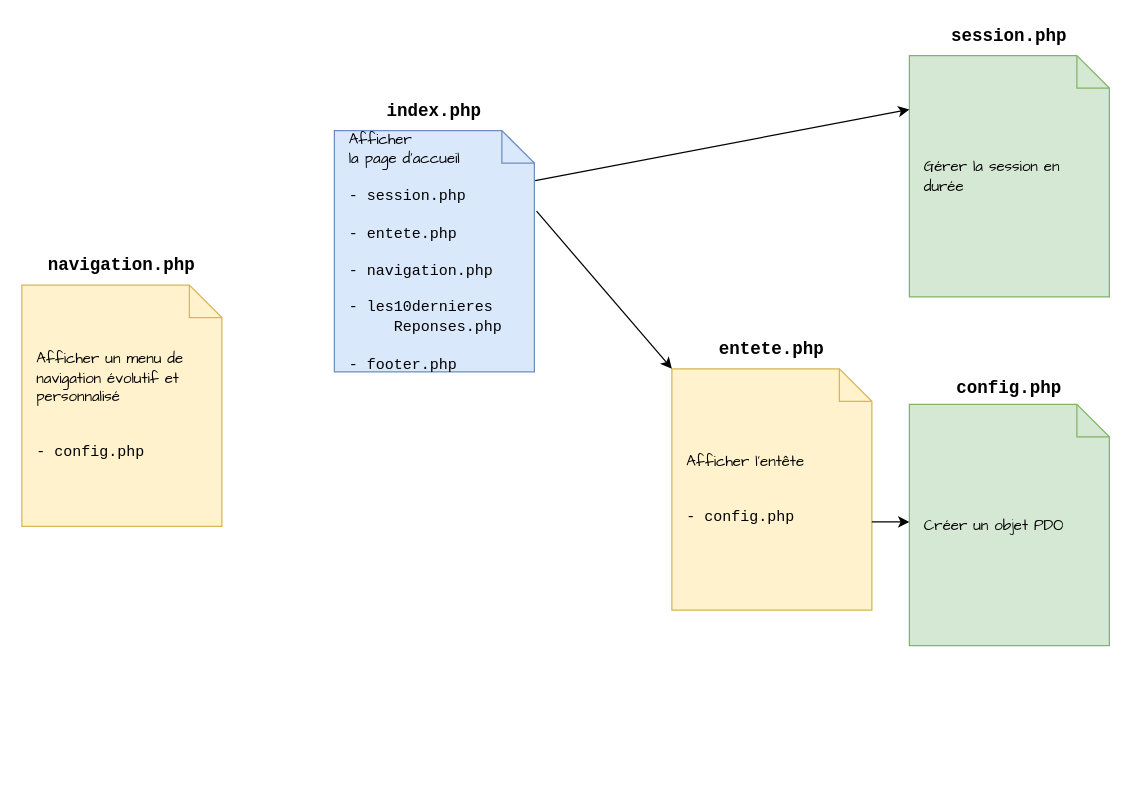
Above: page "Specification" (2 of 4) of img/nSieds.drawio in ericECmorlaix/ericECmorlaix.github.io (draw.io), before the change. Source tidied: cells renumbered, new cells numbered last; positions are measured from the earlier drawing's top-left corner, leaving out a move shared by most shapes. Both pictures are drawn from the tidied source at 125%, with x=0, y=0 at pixel (21, 21).
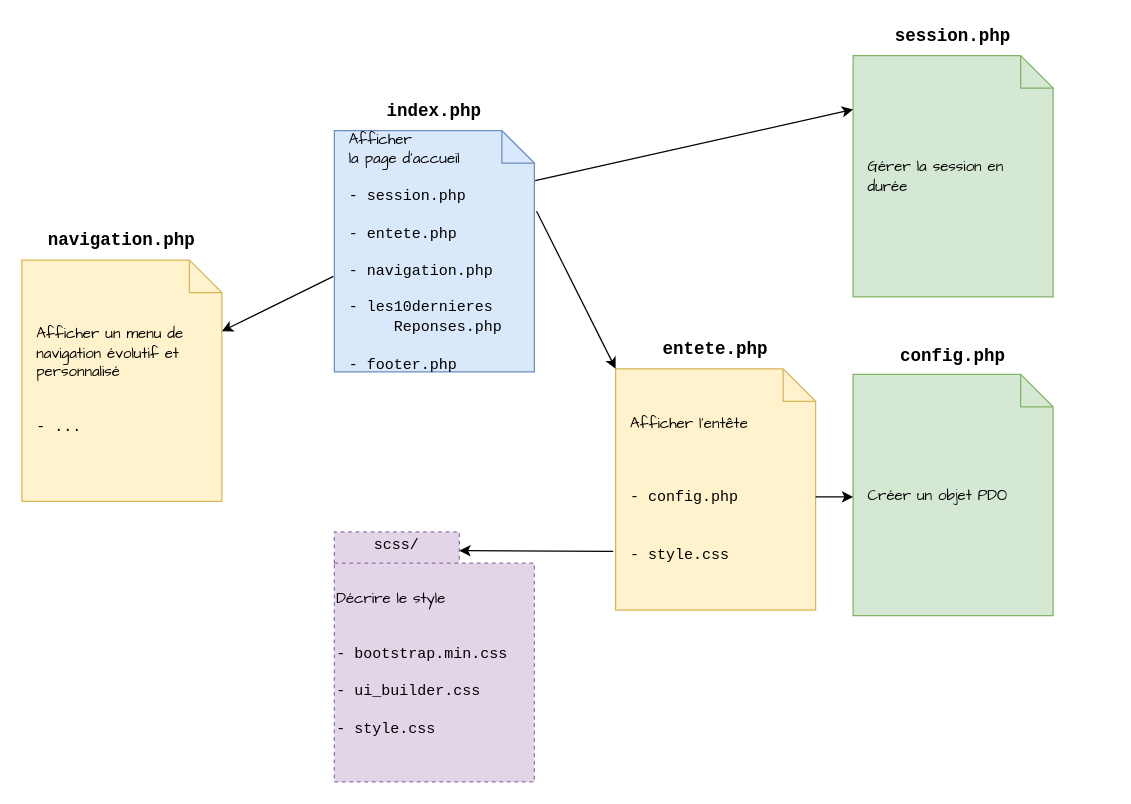
Above is the later version.

The edit, as a diff of the source:
```diff
@@
 <mxGraphModel>
   <root>
     <mxCell id="0" />
     <mxCell id="1" parent="0" />
     <mxCell id="2" value="&lt;font face=&quot;Comic Sans MS&quot;&gt;Afficher&lt;br&gt;la page d'accueil&lt;/font&gt;&lt;br&gt;&lt;br&gt;&lt;font face=&quot;Courier New&quot;&gt;- session.php&lt;/font&gt;&lt;br&gt;&lt;br&gt;&lt;font face=&quot;Courier New&quot;&gt;- entete.php&lt;/font&gt;&lt;br&gt;&lt;br&gt;&lt;font face=&quot;Courier New&quot;&gt;- navigation.php&lt;/font&gt;&lt;br&gt;&lt;br&gt;&lt;font face=&quot;Courier New&quot;&gt;- les10dernieres&lt;/font&gt;&lt;br&gt;&lt;font face=&quot;Courier New&quot;&gt;&amp;nbsp; &amp;nbsp; &amp;nbsp;Reponses.php&lt;/font&gt;&lt;br&gt;&lt;br&gt;&lt;font face=&quot;Courier New&quot;&gt;- footer.php&lt;/font&gt;" style="shape=note;size=26;align=left;spacingLeft=10;html=1;whiteSpace=wrap;fillColor=#dae8fc;strokeColor=#6c8ebf;" parent="1" vertex="1">
       <mxGeometry x="250" y="87" width="160" height="193" as="geometry" />
     </mxCell>
     <mxCell id="3" value="&lt;font face=&quot;Courier New&quot; size=&quot;1&quot;&gt;&lt;b style=&quot;font-size: 14px&quot;&gt;index.php&lt;/b&gt;&lt;/font&gt;" style="text;html=1;strokeColor=none;fillColor=none;align=center;verticalAlign=middle;whiteSpace=wrap;rounded=0;" parent="1" vertex="1">
       <mxGeometry x="280" y="60" width="100" height="23" as="geometry" />
     </mxCell>
     <mxCell id="4" value="&lt;font face=&quot;Comic Sans MS&quot;&gt;Gérer la session en durée&amp;nbsp;&lt;/font&gt;" style="shape=note;size=26;align=left;spacingLeft=10;html=1;whiteSpace=wrap;fillColor=#d5e8d4;strokeColor=#82b366;" parent="1" vertex="1">
-      <mxGeometry x="710" y="27" width="160" height="193" as="geometry" />
+      <mxGeometry x="665" y="27" width="160" height="193" as="geometry" />
     </mxCell>
     <mxCell id="5" value="&lt;span style=&quot;font-family: &amp;#34;courier new&amp;#34; ; text-align: left&quot;&gt;&lt;font style=&quot;font-size: 14px&quot;&gt;&lt;b&gt;session.php&lt;/b&gt;&lt;/font&gt;&lt;/span&gt;" style="text;html=1;strokeColor=none;fillColor=none;align=center;verticalAlign=middle;whiteSpace=wrap;rounded=0;" parent="1" vertex="1">
-      <mxGeometry x="740" width="100" height="23" as="geometry" />
+      <mxGeometry x="695" width="100" height="23" as="geometry" />
     </mxCell>
     <mxCell id="6" value="&lt;font face=&quot;Comic Sans MS&quot;&gt;Créer un objet PDO&lt;/font&gt;" style="shape=note;size=26;align=left;spacingLeft=10;html=1;whiteSpace=wrap;fillColor=#d5e8d4;strokeColor=#82b366;" parent="1" vertex="1">
-      <mxGeometry x="710" y="306" width="160" height="193" as="geometry" />
+      <mxGeometry x="665" y="282" width="160" height="193" as="geometry" />
     </mxCell>
     <mxCell id="7" value="&lt;span style=&quot;font-family: &amp;#34;courier new&amp;#34; ; text-align: left&quot;&gt;&lt;font style=&quot;font-size: 14px&quot;&gt;&lt;b&gt;config.php&lt;/b&gt;&lt;/font&gt;&lt;/span&gt;" style="text;html=1;strokeColor=none;fillColor=none;align=center;verticalAlign=middle;whiteSpace=wrap;rounded=0;" parent="1" vertex="1">
-      <mxGeometry x="740" y="281.5" width="100" height="23" as="geometry" />
+      <mxGeometry x="695" y="256.5" width="100" height="23" as="geometry" />
     </mxCell>
-    <mxCell id="8" value="&lt;font face=&quot;Comic Sans MS&quot;&gt;Afficher l'entête&lt;br&gt;&lt;/font&gt;&lt;br&gt;&lt;br&gt;&lt;font face=&quot;Courier New&quot;&gt;- config.php&lt;/font&gt;" style="shape=note;size=26;align=left;spacingLeft=10;html=1;whiteSpace=wrap;fillColor=#fff2cc;strokeColor=#d6b656;" parent="1" vertex="1">
-      <mxGeometry x="520" y="277.5" width="160" height="193" as="geometry" />
+    <mxCell id="8" value="&lt;font face=&quot;Comic Sans MS&quot;&gt;Afficher l'entête&lt;br&gt;&lt;/font&gt;&lt;br&gt;&lt;br&gt;&lt;br&gt;&lt;font face=&quot;Courier New&quot;&gt;- config.php&lt;br&gt;&lt;br&gt;&lt;br&gt;- style.css&lt;br&gt;&lt;/font&gt;" style="shape=note;size=26;align=left;spacingLeft=10;html=1;whiteSpace=wrap;fillColor=#fff2cc;strokeColor=#d6b656;" parent="1" vertex="1">
+      <mxGeometry x="475" y="277.5" width="160" height="193" as="geometry" />
     </mxCell>
     <mxCell id="9" value="&lt;font face=&quot;Courier New&quot; size=&quot;1&quot;&gt;&lt;b style=&quot;font-size: 14px&quot;&gt;entete.php&lt;/b&gt;&lt;/font&gt;" style="text;html=1;strokeColor=none;fillColor=none;align=center;verticalAlign=middle;whiteSpace=wrap;rounded=0;" parent="1" vertex="1">
-      <mxGeometry x="550" y="250.5" width="100" height="23" as="geometry" />
+      <mxGeometry x="505" y="250.5" width="100" height="23" as="geometry" />
     </mxCell>
     <mxCell id="10" style="endArrow=classic;html=1;entryX=0;entryY=0;entryDx=0;entryDy=0;entryPerimeter=0;exitX=1.011;exitY=0.334;exitDx=0;exitDy=0;exitPerimeter=0;" parent="1" edge="1" source="2" target="8">
       <mxGeometry relative="1" as="geometry" />
     </mxCell>
     <mxCell id="11" style="endArrow=classic;html=1;entryX=0;entryY=0.223;entryDx=0;entryDy=0;entryPerimeter=0;exitX=1.004;exitY=0.207;exitDx=0;exitDy=0;exitPerimeter=0;" parent="1" edge="1" source="2" target="4">
       <mxGeometry relative="1" as="geometry" />
     </mxCell>
     <mxCell id="12" style="endArrow=classic;html=1;" parent="1" edge="1">
       <mxGeometry relative="1" as="geometry">
-        <mxPoint x="680" y="400" as="sourcePoint" />
-        <mxPoint x="710" y="400" as="targetPoint" />
+        <mxPoint x="635" y="380" as="sourcePoint" />
+        <mxPoint x="665" y="380" as="targetPoint" />
       </mxGeometry>
     </mxCell>
-    <mxCell id="13" value="&lt;font face=&quot;Comic Sans MS&quot;&gt;Afficher un menu de navigation évolutif et personnalisé&lt;br&gt;&lt;/font&gt;&lt;br&gt;&lt;br&gt;&lt;font face=&quot;Courier New&quot;&gt;- config.php&lt;/font&gt;" style="shape=note;size=26;align=left;spacingLeft=10;html=1;whiteSpace=wrap;fillColor=#fff2cc;strokeColor=#d6b656;" parent="1" vertex="1">
-      <mxGeometry y="210.5" width="160" height="193" as="geometry" />
+    <mxCell id="13" value="&lt;font face=&quot;Comic Sans MS&quot;&gt;Afficher un menu de navigation évolutif et personnalisé&lt;br&gt;&lt;/font&gt;&lt;br&gt;&lt;br&gt;&lt;font face=&quot;Courier New&quot;&gt;- ...&lt;/font&gt;" style="shape=note;size=26;align=left;spacingLeft=10;html=1;whiteSpace=wrap;fillColor=#fff2cc;strokeColor=#d6b656;" parent="1" vertex="1">
+      <mxGeometry y="190.5" width="160" height="193" as="geometry" />
     </mxCell>
     <mxCell id="14" value="&lt;font face=&quot;Courier New&quot; size=&quot;1&quot;&gt;&lt;b style=&quot;font-size: 14px&quot;&gt;navigation.php&lt;/b&gt;&lt;/font&gt;" style="text;html=1;strokeColor=none;fillColor=none;align=center;verticalAlign=middle;whiteSpace=wrap;rounded=0;" parent="1" vertex="1">
-      <mxGeometry x="30" y="183.5" width="100" height="23" as="geometry" />
+      <mxGeometry x="30" y="163.5" width="100" height="23" as="geometry" />
     </mxCell>
+    <mxCell id="15" value="&lt;font face=&quot;Comic Sans MS&quot;&gt;Décrire le style&lt;/font&gt;&lt;br&gt;&lt;br&gt;&lt;br&gt;&lt;font face=&quot;Courier New&quot;&gt;-&amp;nbsp;bootstrap.min.css&lt;/font&gt;&lt;br&gt;&lt;br&gt;&lt;font face=&quot;Courier New&quot;&gt;- ui_builder.css&lt;/font&gt;&lt;br&gt;&lt;br&gt;&lt;font face=&quot;Courier New&quot;&gt;- style.css&lt;/font&gt;" style="shape=folder;spacingTop=10;tabWidth=100;tabHeight=25;tabPosition=left;html=1;dashed=1;fillColor=#e1d5e7;strokeColor=#9673a6;align=left;" parent="1" vertex="1">
+      <mxGeometry x="250" y="408" width="160" height="200" as="geometry" />
+    </mxCell>
+    <mxCell id="16" value="&lt;font face=&quot;Courier New&quot;&gt;scss/&lt;/font&gt;" style="text;html=1;strokeColor=none;fillColor=none;align=center;verticalAlign=middle;whiteSpace=wrap;rounded=0;" parent="1" vertex="1">
+      <mxGeometry x="250" y="408" width="100" height="20" as="geometry" />
+    </mxCell>
+    <mxCell id="17" style="endArrow=classic;html=1;entryX=1;entryY=0.75;entryDx=0;entryDy=0;exitX=-0.012;exitY=0.757;exitDx=0;exitDy=0;exitPerimeter=0;" parent="1" edge="1" source="8" target="16">
+      <mxGeometry relative="1" as="geometry" />
+    </mxCell>
+    <mxCell id="18" style="endArrow=classic;html=1;exitX=-0.005;exitY=0.604;exitDx=0;exitDy=0;exitPerimeter=0;" parent="1" edge="1" source="2" target="13">
+      <mxGeometry relative="1" as="geometry" />
+    </mxCell>
   </root>
 </mxGraphModel>
```
